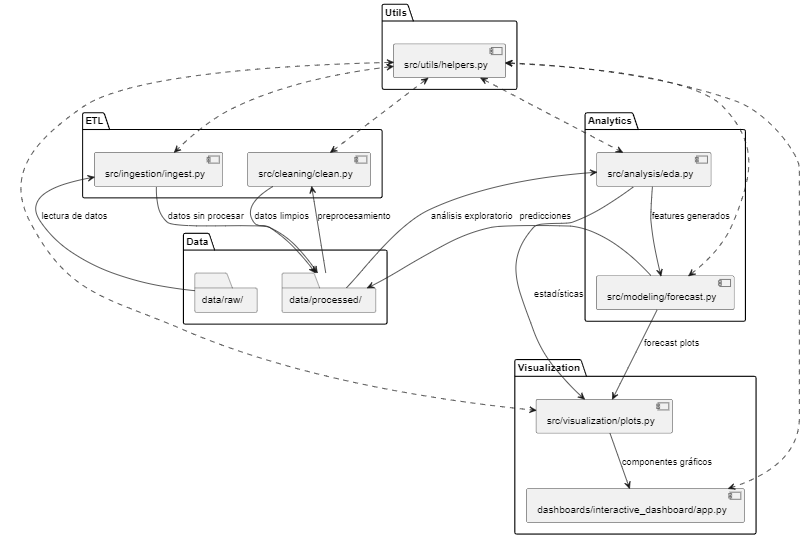
The PlantUML diagram docs/images/package_diagram.png in Ares-Infenus/Retail_Sales_Trend_Analysis, before a commit. Its source is kept beside it as docs/diagrams/package_diagram.puml.
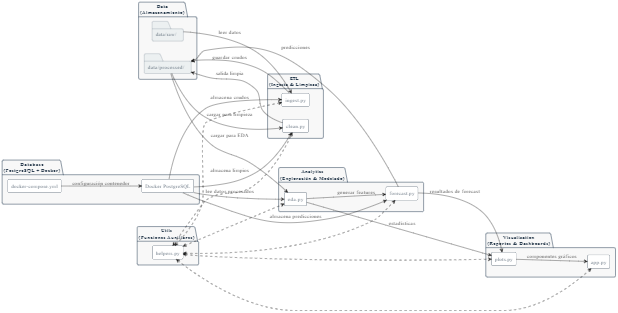
The same diagram one commit later.

Commit message:
refactor(arquitectura): dockerizar PostgreSQL, reorganizar carpetas y actualizar UML

Change to the diagram source:
```diff
@@ -2,7 +2,7 @@
 skinparam backgroundColor #FFFFFF
 skinparam defaultFontName "Helvetica Neue"
 skinparam defaultFontSize 14
-skinparam roundCorner 10
+skinparam roundCorner 8
 skinparam shadowing false
 
 skinparam packageBackgroundColor #F8F8F8
@@ -12,46 +12,60 @@
 skinparam componentBackgroundColor #FFFFFF
 skinparam componentBorderColor #2C3E50
 skinparam componentFontColor #2C3E50
+skinparam componentStyle rectangle
 
 skinparam folderBackgroundColor #ECF0F1
 skinparam folderBorderColor #34495E
 skinparam folderFontColor #2C3E50
 
+left to right direction
 
-package "ETL" as ETL {
-  component "src/ingestion/ingest.py" as Ingest
-  component "src/cleaning/clean.py"   as Clean
-}
 
-package "Analytics" as Analytics {
-  component "src/analysis/eda.py"      as EDA
-  component "src/modeling/forecast.py" as Modeling
-}
-
-package "Visualization" as Visualization {
-  component "src/visualization/plots.py"        as Plots
-  component "dashboards/interactive_dashboard/app.py" as DashboardApp
-}
-
-package "Utils" as Utils {
-  component "src/utils/helpers.py" as Helpers
-}
-
-package "Data" as Data {
+package "Data\n(Almacenamiento)" as Data {
   folder "data/raw/"       as RawData
   folder "data/processed/" as ProcData
 }
 
-RawData    --> Ingest    : Lectura de datos
-Ingest     --> ProcData  : Salida de datos crudos
-ProcData   --> Clean     : Entrada para preprocesamiento
-Clean      --> ProcData  : Datos limpios
-ProcData   --> EDA       : Análisis exploratorio
-EDA        --> Modeling  : Generación de features
-Modeling   --> ProcData  : Salida de predicciones
-EDA        --> Plots     : Estadísticas
-Modeling   --> Plots     : Gráficos de forecast
-Plots      --> DashboardApp : Componentes gráficos
+package "Database\n(PostgreSQL + Docker)" as DB {
+  component "docker-compose.yml" as DockerCompose
+  component "Docker PostgreSQL"    as DockerPostgres
+}
+
+package "ETL\n(Ingesta & Limpieza)" as ETL {
+  component "ingest.py" as Ingest
+  component "clean.py"  as Clean
+}
+
+package "Analytics\n(Exploración & Modelado)" as Analytics {
+  component "eda.py"      as EDA
+  component "forecast.py" as Modeling
+}
+
+package "Visualization\n(Reportes & Dashboards)" as Viz {
+  component "plots.py"           as Plots
+  component "app.py"             as DashboardApp
+}
+
+package "Utils\n(Funciones Auxiliares)" as Utils {
+  component "helpers.py" as Helpers
+}
+
+RawData       --> Ingest       : leer datos
+Ingest        --> ProcData     : guardar crudos
+ProcData      --> Clean        : cargar para limpieza
+Clean         --> ProcData     : salida limpia
+ProcData      --> EDA          : cargar para EDA
+EDA           --> Modeling     : generar features
+Modeling      --> ProcData     : predicciones
+EDA           --> Plots        : estadísticas
+Modeling      --> Plots        : resultados de forecast
+Plots         --> DashboardApp : componentes gráficos
+
+DockerPostgres --> Ingest    : almacena crudos
+DockerPostgres --> Clean     : almacena limpios
+DockerPostgres --> EDA       : lee datos procesados
+DockerPostgres --> Modeling  : almacena predicciones
+DockerCompose  --> DockerPostgres : configuración contenedor
 
 Helpers <..> Ingest
 Helpers <..> Clean
```
